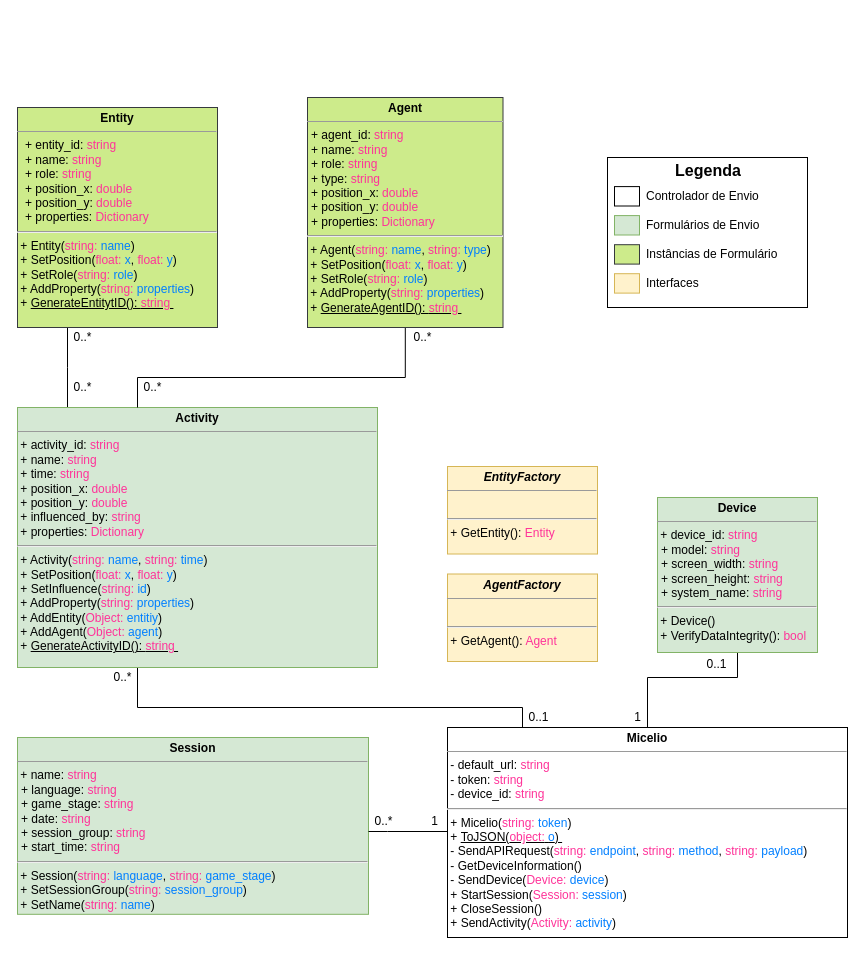
multisens/micelio keeps this draw.io diagram as page "MicelioUnity Class Model" (6 of 11) of Documentation/Diagramas/Modelo De Dados Proveniencia.drawio. Above is the earlier version. Source tidied: cells renumbered, new cells numbered last; positions are measured from the earlier drawing's top-left corner, leaving out a move shared by most shapes. Both pictures are drawn from the tidied source at 100%, with x=0, y=0 at pixel (17, 17).
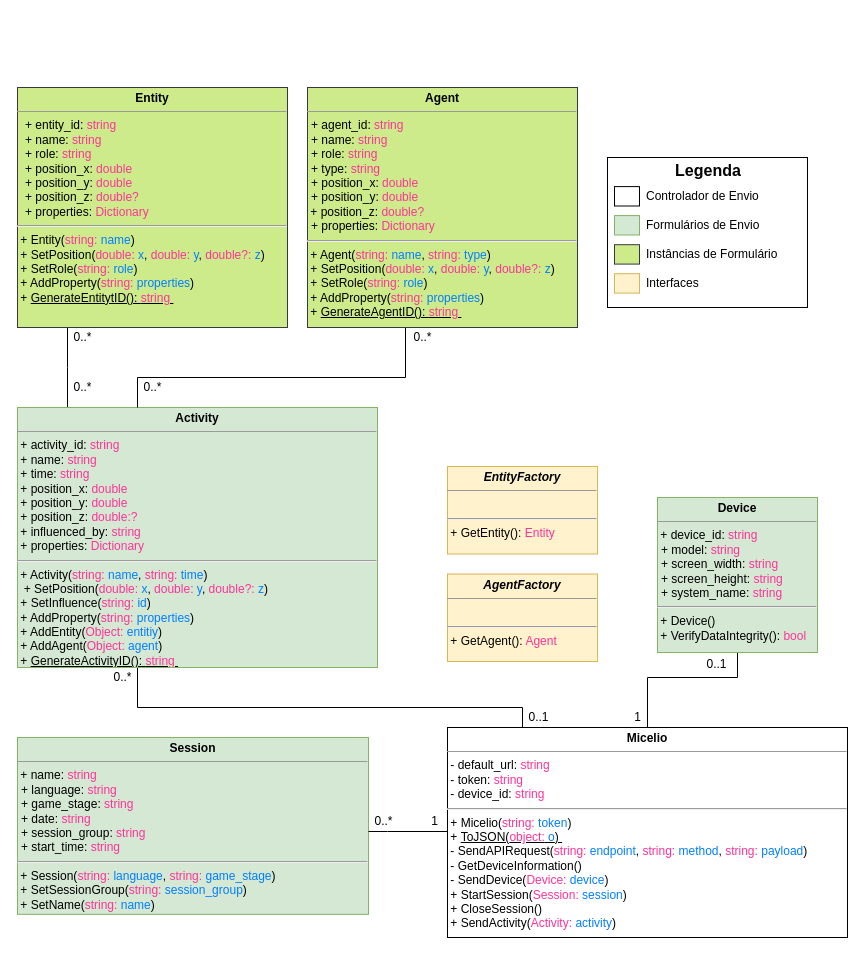
Above is the later version.

What changed in the source:
```diff
@@
-    <mxCell id="5" value="&lt;p style=&quot;margin: 0px ; margin-top: 4px ; text-align: center&quot;&gt;&lt;b&gt;Activity&lt;/b&gt;&lt;/p&gt;&lt;hr size=&quot;1&quot;&gt;&amp;nbsp;+ activity_id: &lt;font color=&quot;#ff3399&quot;&gt;string&lt;/font&gt;&lt;br&gt;&amp;nbsp;+ name: &lt;font color=&quot;#ff3399&quot;&gt;string&lt;/font&gt;&lt;br&gt;&amp;nbsp;+ time: &lt;font color=&quot;#ff3399&quot;&gt;string&lt;/font&gt;&lt;br&gt;&amp;nbsp;+ position_x: &lt;font color=&quot;#ff3399&quot;&gt;double&lt;/font&gt;&lt;br&gt;&amp;nbsp;+ position_y: &lt;font color=&quot;#ff3399&quot;&gt;double&lt;/font&gt;&lt;br&gt;&amp;nbsp;+ influenced_by: &lt;font color=&quot;#ff3399&quot;&gt;string&lt;/font&gt;&lt;br&gt;&lt;span&gt;&amp;nbsp;+ properties:&amp;nbsp;&lt;/span&gt;&lt;font color=&quot;#ff3399&quot;&gt;Dictionary&lt;/font&gt;&lt;font color=&quot;#ff3399&quot;&gt;&lt;br&gt;&lt;/font&gt;&lt;hr&gt;&amp;nbsp;+ Activity(&lt;span style=&quot;color: rgb(255 , 51 , 153)&quot;&gt;string:&amp;nbsp;&lt;/span&gt;&lt;font color=&quot;#007fff&quot;&gt;name&lt;/font&gt;,&amp;nbsp;&lt;span style=&quot;color: rgb(255 , 51 , 153)&quot;&gt;string:&amp;nbsp;&lt;/span&gt;&lt;font color=&quot;#007fff&quot;&gt;time&lt;/font&gt;)&lt;br&gt;&amp;nbsp;+ SetPosition(&lt;span style=&quot;color: rgb(255 , 51 , 153)&quot;&gt;float:&amp;nbsp;&lt;/span&gt;&lt;font color=&quot;#007fff&quot;&gt;x&lt;/font&gt;,&amp;nbsp;&lt;span style=&quot;color: rgb(255 , 51 , 153)&quot;&gt;float:&amp;nbsp;&lt;/span&gt;&lt;font color=&quot;#007fff&quot;&gt;y&lt;/font&gt;)&lt;br&gt;&amp;nbsp;+ SetInfluence(&lt;span style=&quot;color: rgb(255 , 51 , 153)&quot;&gt;string:&amp;nbsp;&lt;/span&gt;&lt;font color=&quot;#007fff&quot;&gt;id&lt;/font&gt;)&lt;br&gt;&amp;nbsp;+ AddProperty(&lt;span style=&quot;color: rgb(255 , 51 , 153)&quot;&gt;string: &lt;/span&gt;&lt;font color=&quot;#007fff&quot;&gt;properties&lt;/font&gt;)&lt;br&gt;&amp;nbsp;+ AddEntity(&lt;span style=&quot;color: rgb(255 , 51 , 153)&quot;&gt;Object: &lt;/span&gt;&lt;font color=&quot;#007fff&quot;&gt;entitiy&lt;/font&gt;)&lt;br&gt;&amp;nbsp;+ AddAgent(&lt;span style=&quot;color: rgb(255 , 51 , 153)&quot;&gt;Object:&amp;nbsp;&lt;/span&gt;&lt;font color=&quot;#007fff&quot;&gt;agent&lt;/font&gt;)&lt;br&gt;&amp;nbsp;+&amp;nbsp;&lt;u&gt;GenerateActivityID():&amp;nbsp;&lt;span style=&quot;color: rgb(255 , 51 , 153)&quot;&gt;string&amp;nbsp;&lt;/span&gt;&lt;/u&gt;" style="verticalAlign=top;align=left;overflow=fill;fontSize=12;fontFamily=Helvetica;html=1;glass=0;fillColor=#d5e8d4;strokeColor=#82b366;" parent="1" vertex="1">
+    <mxCell id="5" value="&lt;p style=&quot;margin: 0px ; margin-top: 4px ; text-align: center&quot;&gt;&lt;b&gt;Activity&lt;/b&gt;&lt;/p&gt;&lt;hr size=&quot;1&quot;&gt;&amp;nbsp;+ activity_id: &lt;font color=&quot;#ff3399&quot;&gt;string&lt;/font&gt;&lt;br&gt;&amp;nbsp;+ name: &lt;font color=&quot;#ff3399&quot;&gt;string&lt;/font&gt;&lt;br&gt;&amp;nbsp;+ time: &lt;font color=&quot;#ff3399&quot;&gt;string&lt;/font&gt;&lt;br&gt;&amp;nbsp;+ position_x: &lt;font color=&quot;#ff3399&quot;&gt;double&lt;/font&gt;&lt;br&gt;&amp;nbsp;+ position_y: &lt;font color=&quot;#ff3399&quot;&gt;double&lt;br&gt;&lt;/font&gt;&amp;nbsp;+ position_z:&amp;nbsp;&lt;font color=&quot;#ff3399&quot;&gt;double:?&lt;/font&gt;&lt;br&gt;&amp;nbsp;+ influenced_by: &lt;font color=&quot;#ff3399&quot;&gt;string&lt;/font&gt;&lt;br&gt;&lt;span&gt;&amp;nbsp;+ properties:&amp;nbsp;&lt;/span&gt;&lt;font color=&quot;#ff3399&quot;&gt;Dictionary&lt;/font&gt;&lt;font color=&quot;#ff3399&quot;&gt;&lt;br&gt;&lt;/font&gt;&lt;hr&gt;&amp;nbsp;+ Activity(&lt;span style=&quot;color: rgb(255 , 51 , 153)&quot;&gt;string:&amp;nbsp;&lt;/span&gt;&lt;font color=&quot;#007fff&quot;&gt;name&lt;/font&gt;,&amp;nbsp;&lt;span style=&quot;color: rgb(255 , 51 , 153)&quot;&gt;string:&amp;nbsp;&lt;/span&gt;&lt;font color=&quot;#007fff&quot;&gt;time&lt;/font&gt;)&lt;br&gt;&amp;nbsp;&amp;nbsp;+ SetPosition(&lt;span style=&quot;color: rgb(255 , 51 , 153)&quot;&gt;double:&amp;nbsp;&lt;/span&gt;&lt;font color=&quot;#007fff&quot;&gt;x&lt;/font&gt;,&amp;nbsp;&lt;span style=&quot;color: rgb(255 , 51 , 153)&quot;&gt;double&lt;/span&gt;&lt;span style=&quot;color: rgb(255 , 51 , 153)&quot;&gt;:&amp;nbsp;&lt;/span&gt;&lt;font color=&quot;#007fff&quot;&gt;y&lt;/font&gt;,&amp;nbsp;&lt;span style=&quot;color: rgb(255 , 51 , 153)&quot;&gt;double?&lt;/span&gt;&lt;span style=&quot;color: rgb(255 , 51 , 153)&quot;&gt;:&amp;nbsp;&lt;/span&gt;&lt;font color=&quot;#007fff&quot;&gt;z&lt;/font&gt;)&lt;br&gt;&amp;nbsp;+ SetInfluence(&lt;span style=&quot;color: rgb(255 , 51 , 153)&quot;&gt;string:&amp;nbsp;&lt;/span&gt;&lt;font color=&quot;#007fff&quot;&gt;id&lt;/font&gt;)&lt;br&gt;&amp;nbsp;+ AddProperty(&lt;span style=&quot;color: rgb(255 , 51 , 153)&quot;&gt;string: &lt;/span&gt;&lt;font color=&quot;#007fff&quot;&gt;properties&lt;/font&gt;)&lt;br&gt;&amp;nbsp;+ AddEntity(&lt;span style=&quot;color: rgb(255 , 51 , 153)&quot;&gt;Object: &lt;/span&gt;&lt;font color=&quot;#007fff&quot;&gt;entitiy&lt;/font&gt;)&lt;br&gt;&amp;nbsp;+ AddAgent(&lt;span style=&quot;color: rgb(255 , 51 , 153)&quot;&gt;Object:&amp;nbsp;&lt;/span&gt;&lt;font color=&quot;#007fff&quot;&gt;agent&lt;/font&gt;)&lt;br&gt;&amp;nbsp;+&amp;nbsp;&lt;u&gt;GenerateActivityID():&amp;nbsp;&lt;span style=&quot;color: rgb(255 , 51 , 153)&quot;&gt;string&amp;nbsp;&lt;/span&gt;&lt;/u&gt;" style="verticalAlign=top;align=left;overflow=fill;fontSize=12;fontFamily=Helvetica;html=1;glass=0;fillColor=#d5e8d4;strokeColor=#82b366;" parent="1" vertex="1">
       <mxGeometry y="390" width="360" height="260" as="geometry" />
     </mxCell>
-    <mxCell id="6" value="&lt;p style=&quot;margin: 0px ; margin-top: 4px ; text-align: center&quot;&gt;&lt;b&gt;Entity&lt;/b&gt;&lt;/p&gt;&lt;hr size=&quot;1&quot;&gt;&lt;p style=&quot;margin: 0px 0px 0px 8px&quot;&gt;+ entity_id: &lt;font color=&quot;#ff3399&quot;&gt;string&lt;/font&gt;&lt;/p&gt;&lt;p style=&quot;margin: 0px 0px 0px 8px&quot;&gt;+ name: &lt;font color=&quot;#ff3399&quot;&gt;string&lt;/font&gt;&lt;br&gt;&lt;/p&gt;&lt;p style=&quot;margin: 0px 0px 0px 8px&quot;&gt;+ role: &lt;font color=&quot;#ff3399&quot;&gt;string&lt;/font&gt;&lt;/p&gt;&lt;p style=&quot;margin: 0px 0px 0px 8px&quot;&gt;+ position_x: &lt;font color=&quot;#ff3399&quot;&gt;double&lt;/font&gt;&lt;br&gt;+ position_y: &lt;font color=&quot;#ff3399&quot;&gt;double&lt;/font&gt;&lt;br&gt;&lt;/p&gt;&lt;p style=&quot;margin: 0px 0px 0px 8px&quot;&gt;+ properties: &lt;font color=&quot;#ff3399&quot;&gt;Dictionary&lt;/font&gt;&lt;/p&gt;&lt;hr&gt;&amp;nbsp;+ Entity(&lt;span style=&quot;color: rgb(255 , 51 , 153)&quot;&gt;string:&amp;nbsp;&lt;/span&gt;&lt;font color=&quot;#007fff&quot;&gt;name&lt;/font&gt;)&lt;br&gt;&amp;nbsp;+ SetPosition(&lt;span style=&quot;color: rgb(255 , 51 , 153)&quot;&gt;float:&amp;nbsp;&lt;/span&gt;&lt;font color=&quot;#007fff&quot;&gt;x&lt;/font&gt;,&amp;nbsp;&lt;span style=&quot;color: rgb(255 , 51 , 153)&quot;&gt;float:&amp;nbsp;&lt;/span&gt;&lt;font color=&quot;#007fff&quot;&gt;y&lt;/font&gt;)&lt;br&gt;&amp;nbsp;+ SetRole(&lt;span style=&quot;color: rgb(255 , 51 , 153)&quot;&gt;string:&amp;nbsp;&lt;/span&gt;&lt;font color=&quot;#007fff&quot;&gt;role&lt;/font&gt;)&lt;br&gt;&amp;nbsp;+ AddProperty(&lt;span style=&quot;color: rgb(255 , 51 , 153)&quot;&gt;string:&amp;nbsp;&lt;/span&gt;&lt;font color=&quot;#007fff&quot;&gt;properties&lt;/font&gt;)&lt;br&gt;&amp;nbsp;+ &lt;u&gt;GenerateEntitytID():&amp;nbsp;&lt;span style=&quot;color: rgb(255 , 51 , 153)&quot;&gt;string&amp;nbsp;&lt;/span&gt;&lt;/u&gt;&lt;br&gt;&amp;nbsp;" style="verticalAlign=top;align=left;overflow=fill;fontSize=12;fontFamily=Helvetica;html=1;glass=0;fillColor=#cdeb8b;strokeColor=#36393d;" parent="1" vertex="1">
-      <mxGeometry y="90" width="200" height="220" as="geometry" />
+    <mxCell id="6" value="&lt;p style=&quot;margin: 0px ; margin-top: 4px ; text-align: center&quot;&gt;&lt;b&gt;Entity&lt;/b&gt;&lt;/p&gt;&lt;hr size=&quot;1&quot;&gt;&lt;p style=&quot;margin: 0px 0px 0px 8px&quot;&gt;+ entity_id: &lt;font color=&quot;#ff3399&quot;&gt;string&lt;/font&gt;&lt;/p&gt;&lt;p style=&quot;margin: 0px 0px 0px 8px&quot;&gt;+ name: &lt;font color=&quot;#ff3399&quot;&gt;string&lt;/font&gt;&lt;br&gt;&lt;/p&gt;&lt;p style=&quot;margin: 0px 0px 0px 8px&quot;&gt;+ role: &lt;font color=&quot;#ff3399&quot;&gt;string&lt;/font&gt;&lt;/p&gt;&lt;p style=&quot;margin: 0px 0px 0px 8px&quot;&gt;+ position_x: &lt;font color=&quot;#ff3399&quot;&gt;double&lt;/font&gt;&lt;br&gt;+ position_y: &lt;font color=&quot;#ff3399&quot;&gt;double&lt;/font&gt;&lt;br&gt;&lt;/p&gt;&lt;p style=&quot;margin: 0px 0px 0px 8px&quot;&gt;+ position_z:&amp;nbsp;&lt;font color=&quot;#ff3399&quot;&gt;double?&lt;/font&gt;&lt;font color=&quot;#ff3399&quot;&gt;&lt;br&gt;&lt;/font&gt;&lt;/p&gt;&lt;p style=&quot;margin: 0px 0px 0px 8px&quot;&gt;+ properties: &lt;font color=&quot;#ff3399&quot;&gt;Dictionary&lt;/font&gt;&lt;/p&gt;&lt;hr&gt;&amp;nbsp;+ Entity(&lt;span style=&quot;color: rgb(255 , 51 , 153)&quot;&gt;string:&amp;nbsp;&lt;/span&gt;&lt;font color=&quot;#007fff&quot;&gt;name&lt;/font&gt;)&lt;br&gt;&amp;nbsp;+ SetPosition(&lt;span style=&quot;color: rgb(255 , 51 , 153)&quot;&gt;double:&amp;nbsp;&lt;/span&gt;&lt;font color=&quot;#007fff&quot;&gt;x&lt;/font&gt;,&amp;nbsp;&lt;span style=&quot;color: rgb(255 , 51 , 153)&quot;&gt;double&lt;/span&gt;&lt;span style=&quot;color: rgb(255 , 51 , 153)&quot;&gt;:&amp;nbsp;&lt;/span&gt;&lt;font color=&quot;#007fff&quot;&gt;y&lt;/font&gt;,&amp;nbsp;&lt;span style=&quot;color: rgb(255 , 51 , 153)&quot;&gt;double?&lt;/span&gt;&lt;span style=&quot;color: rgb(255 , 51 , 153)&quot;&gt;: &lt;/span&gt;&lt;font color=&quot;#007fff&quot;&gt;z&lt;/font&gt;)&lt;br&gt;&amp;nbsp;+ SetRole(&lt;span style=&quot;color: rgb(255 , 51 , 153)&quot;&gt;string:&amp;nbsp;&lt;/span&gt;&lt;font color=&quot;#007fff&quot;&gt;role&lt;/font&gt;)&lt;br&gt;&amp;nbsp;+ AddProperty(&lt;span style=&quot;color: rgb(255 , 51 , 153)&quot;&gt;string:&amp;nbsp;&lt;/span&gt;&lt;font color=&quot;#007fff&quot;&gt;properties&lt;/font&gt;)&lt;br&gt;&amp;nbsp;+ &lt;u&gt;GenerateEntitytID():&amp;nbsp;&lt;span style=&quot;color: rgb(255 , 51 , 153)&quot;&gt;string&amp;nbsp;&lt;/span&gt;&lt;/u&gt;&lt;br&gt;&amp;nbsp;" style="verticalAlign=top;align=left;overflow=fill;fontSize=12;fontFamily=Helvetica;html=1;glass=0;fillColor=#cdeb8b;strokeColor=#36393d;" parent="1" vertex="1">
+      <mxGeometry y="70" width="270" height="240" as="geometry" />
     </mxCell>
@@
     <mxCell id="17" style="group;" parent="1" vertex="1">
-      <mxGeometry x="290" y="150" width="230" height="160" as="geometry" />
+      <mxGeometry x="290" y="150" width="270" height="160" as="geometry" />
     </mxCell>
-    <mxCell id="18" value="&lt;p style=&quot;margin: 0px ; margin-top: 4px ; text-align: center&quot;&gt;&lt;b&gt;Agent&lt;/b&gt;&lt;/p&gt;&lt;hr size=&quot;1&quot;&gt;&lt;p style=&quot;margin: 0px 0px 0px 4px&quot;&gt;+ agent_id: &lt;font color=&quot;#ff3399&quot;&gt;string&lt;/font&gt;&lt;/p&gt;&lt;p style=&quot;margin: 0px 0px 0px 4px&quot;&gt;+ name: &lt;font color=&quot;#ff3399&quot;&gt;string&lt;/font&gt;&lt;/p&gt;&lt;p style=&quot;margin: 0px 0px 0px 4px&quot;&gt;+ role: &lt;font color=&quot;#ff3399&quot;&gt;string&lt;/font&gt;&lt;/p&gt;&lt;p style=&quot;margin: 0px 0px 0px 4px&quot;&gt;+ type: &lt;font color=&quot;#ff3399&quot;&gt;string&lt;/font&gt;&lt;/p&gt;&lt;p style=&quot;margin: 0px 0px 0px 4px&quot;&gt;+ position_x: &lt;font color=&quot;#ff3399&quot;&gt;double&lt;/font&gt;&lt;br&gt;+ position_y: &lt;font color=&quot;#ff3399&quot;&gt;double&lt;/font&gt;&lt;/p&gt;&lt;p style=&quot;margin: 0px 0px 0px 4px&quot;&gt;&lt;span&gt;+ properties:&amp;nbsp;&lt;/span&gt;&lt;font color=&quot;#ff3399&quot;&gt;Dictionary&lt;/font&gt;&lt;/p&gt;&lt;hr&gt;&amp;nbsp;+ Agent(&lt;span style=&quot;color: rgb(255 , 51 , 153)&quot;&gt;string:&amp;nbsp;&lt;/span&gt;&lt;font color=&quot;#007fff&quot;&gt;name&lt;/font&gt;,&amp;nbsp;&lt;span style=&quot;color: rgb(255 , 51 , 153)&quot;&gt;string: &lt;/span&gt;&lt;font color=&quot;#007fff&quot;&gt;type&lt;/font&gt;)&lt;br&gt;&amp;nbsp;+ SetPosition(&lt;span style=&quot;color: rgb(255 , 51 , 153)&quot;&gt;float:&amp;nbsp;&lt;/span&gt;&lt;font color=&quot;#007fff&quot;&gt;x&lt;/font&gt;,&amp;nbsp;&lt;span style=&quot;color: rgb(255 , 51 , 153)&quot;&gt;float:&amp;nbsp;&lt;/span&gt;&lt;font color=&quot;#007fff&quot;&gt;y&lt;/font&gt;)&lt;br&gt;&amp;nbsp;+ SetRole(&lt;span style=&quot;color: rgb(255 , 51 , 153)&quot;&gt;string:&amp;nbsp;&lt;/span&gt;&lt;font color=&quot;#007fff&quot;&gt;role&lt;/font&gt;)&lt;br&gt;&amp;nbsp;+ AddProperty(&lt;span style=&quot;color: rgb(255 , 51 , 153)&quot;&gt;string:&amp;nbsp;&lt;/span&gt;&lt;font color=&quot;#007fff&quot;&gt;properties&lt;/font&gt;)&lt;br&gt;&amp;nbsp;+ &lt;u&gt;GenerateAgentID():&amp;nbsp;&lt;span style=&quot;color: rgb(255 , 51 , 153)&quot;&gt;string&amp;nbsp;&lt;/span&gt;&lt;/u&gt;" style="verticalAlign=top;align=left;overflow=fill;fontSize=12;fontFamily=Helvetica;html=1;glass=0;fillColor=#cdeb8b;strokeColor=#36393d;" parent="17" vertex="1">
-      <mxGeometry y="-70" width="195.5" height="230" as="geometry" />
+    <mxCell id="18" value="&lt;p style=&quot;margin: 0px ; margin-top: 4px ; text-align: center&quot;&gt;&lt;b&gt;Agent&lt;/b&gt;&lt;/p&gt;&lt;hr size=&quot;1&quot;&gt;&lt;p style=&quot;margin: 0px 0px 0px 4px&quot;&gt;+ agent_id: &lt;font color=&quot;#ff3399&quot;&gt;string&lt;/font&gt;&lt;/p&gt;&lt;p style=&quot;margin: 0px 0px 0px 4px&quot;&gt;+ name: &lt;font color=&quot;#ff3399&quot;&gt;string&lt;/font&gt;&lt;/p&gt;&lt;p style=&quot;margin: 0px 0px 0px 4px&quot;&gt;+ role: &lt;font color=&quot;#ff3399&quot;&gt;string&lt;/font&gt;&lt;/p&gt;&lt;p style=&quot;margin: 0px 0px 0px 4px&quot;&gt;+ type: &lt;font color=&quot;#ff3399&quot;&gt;string&lt;/font&gt;&lt;/p&gt;&lt;p style=&quot;margin: 0px 0px 0px 4px&quot;&gt;+ position_x: &lt;font color=&quot;#ff3399&quot;&gt;double&lt;/font&gt;&lt;br&gt;+ position_y: &lt;font color=&quot;#ff3399&quot;&gt;double&lt;/font&gt;&lt;/p&gt;&amp;nbsp;+ position_z:&amp;nbsp;&lt;font color=&quot;#ff3399&quot;&gt;double?&lt;/font&gt;&lt;p style=&quot;margin: 0px 0px 0px 4px&quot;&gt;&lt;span&gt;+ properties:&amp;nbsp;&lt;/span&gt;&lt;font color=&quot;#ff3399&quot;&gt;Dictionary&lt;/font&gt;&lt;/p&gt;&lt;hr&gt;&amp;nbsp;+ Agent(&lt;span style=&quot;color: rgb(255 , 51 , 153)&quot;&gt;string:&amp;nbsp;&lt;/span&gt;&lt;font color=&quot;#007fff&quot;&gt;name&lt;/font&gt;,&amp;nbsp;&lt;span style=&quot;color: rgb(255 , 51 , 153)&quot;&gt;string: &lt;/span&gt;&lt;font color=&quot;#007fff&quot;&gt;type&lt;/font&gt;)&lt;br&gt;&amp;nbsp;+ SetPosition(&lt;span style=&quot;color: rgb(255 , 51 , 153)&quot;&gt;double:&amp;nbsp;&lt;/span&gt;&lt;font color=&quot;#007fff&quot;&gt;x&lt;/font&gt;,&amp;nbsp;&lt;span style=&quot;color: rgb(255 , 51 , 153)&quot;&gt;double&lt;/span&gt;&lt;span style=&quot;color: rgb(255 , 51 , 153)&quot;&gt;:&amp;nbsp;&lt;/span&gt;&lt;font color=&quot;#007fff&quot;&gt;y&lt;/font&gt;,&amp;nbsp;&lt;span style=&quot;color: rgb(255 , 51 , 153)&quot;&gt;double?&lt;/span&gt;&lt;span style=&quot;color: rgb(255 , 51 , 153)&quot;&gt;:&amp;nbsp;&lt;/span&gt;&lt;font color=&quot;#007fff&quot;&gt;z&lt;/font&gt;)&lt;br&gt;&amp;nbsp;+ SetRole(&lt;span style=&quot;color: rgb(255 , 51 , 153)&quot;&gt;string:&amp;nbsp;&lt;/span&gt;&lt;font color=&quot;#007fff&quot;&gt;role&lt;/font&gt;)&lt;br&gt;&amp;nbsp;+ AddProperty(&lt;span style=&quot;color: rgb(255 , 51 , 153)&quot;&gt;string:&amp;nbsp;&lt;/span&gt;&lt;font color=&quot;#007fff&quot;&gt;properties&lt;/font&gt;)&lt;br&gt;&amp;nbsp;+ &lt;u&gt;GenerateAgentID():&amp;nbsp;&lt;span style=&quot;color: rgb(255 , 51 , 153)&quot;&gt;string&amp;nbsp;&lt;/span&gt;&lt;/u&gt;" style="verticalAlign=top;align=left;overflow=fill;fontSize=12;fontFamily=Helvetica;html=1;glass=0;fillColor=#cdeb8b;strokeColor=#36393d;" parent="17" vertex="1">
+      <mxGeometry y="-80" width="270" height="240" as="geometry" />
     </mxCell>
```
